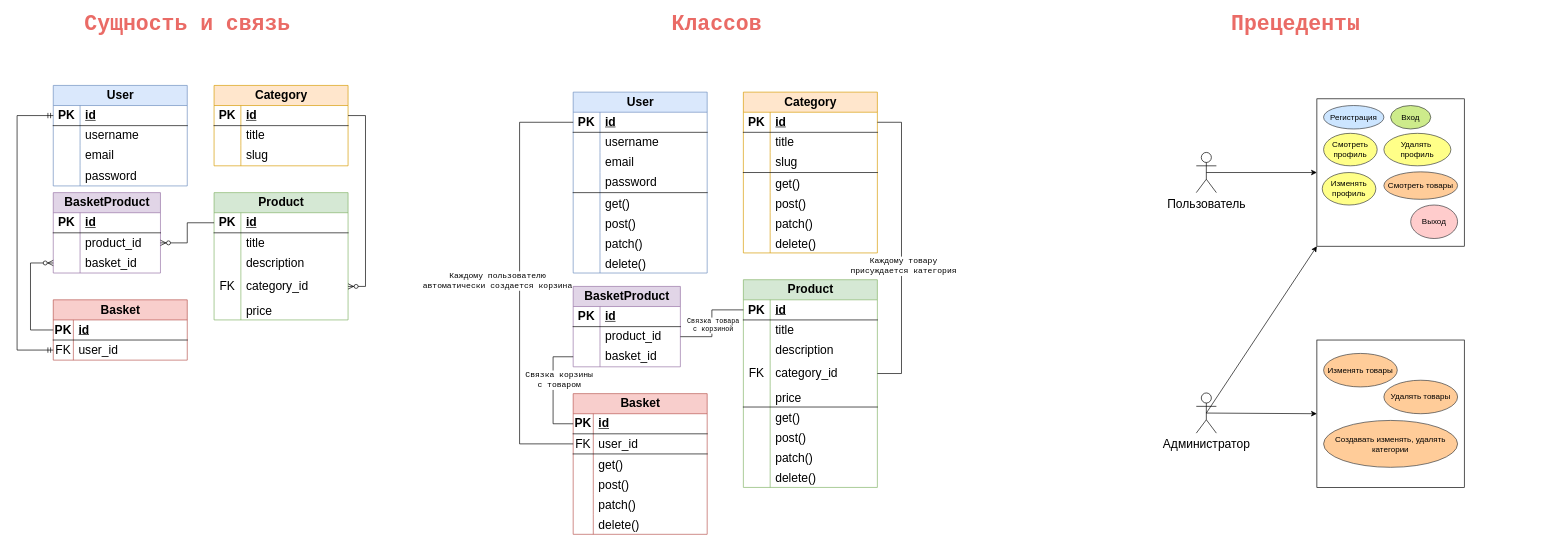
Earlier version of the draw.io diagram ER.drawio (on3ginnn/djangoReactDemo). Source tidied: cells renumbered, new cells numbered last; positions are measured from the earlier drawing's top-left corner, leaving out a move shared by most shapes. Both pictures are drawn from the tidied source at 67%, with x=0, y=0 at pixel (17, 11).
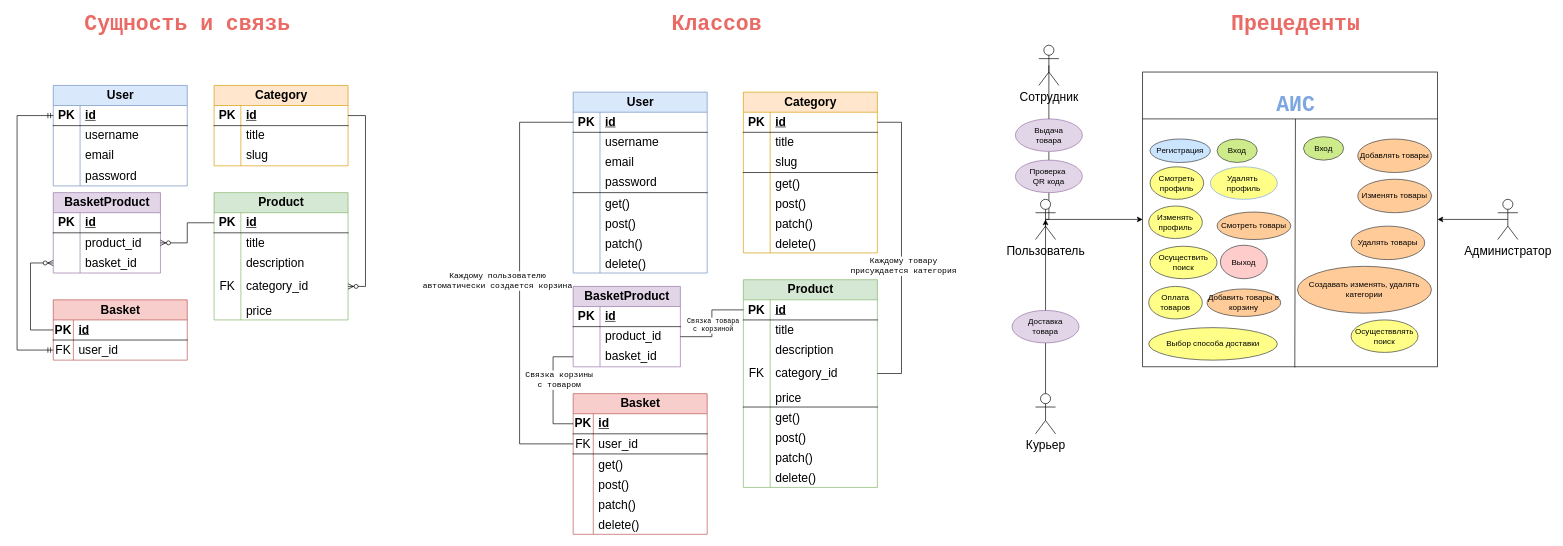
Above is the later version.

What changed in the source:
```diff
@@
+    <mxCell id="194" style="edgeStyle=orthogonalEdgeStyle;rounded=0;jettySize=auto;html=1;exitX=0.5;exitY=0.5;exitDx=0;exitDy=0;exitPerimeter=0;entryX=0.5;entryY=1;entryDx=0;entryDy=0;endArrow=none;endFill=0;" parent="1" edge="1" source="177" target="202">
+      <mxGeometry relative="1" as="geometry">
+        <Array as="points">
+          <mxPoint x="1540" y="310" />
+          <mxPoint x="1540" y="225" />
+        </Array>
+      </mxGeometry>
+    </mxCell>
     <mxCell id="177" value="Пользователь" style="shape=umlActor;verticalLabelPosition=bottom;verticalAlign=top;html=1;outlineConnect=0;fontSize=18;" parent="1" vertex="1">
-      <mxGeometry x="1760" y="210" width="30" height="60" as="geometry" />
+      <mxGeometry x="1520" y="280" width="30" height="60" as="geometry" />
     </mxCell>
@@
     <mxCell id="179" value="&lt;font&gt;Администратор&lt;br&gt;&lt;/font&gt;" style="shape=umlActor;verticalLabelPosition=bottom;verticalAlign=top;html=1;outlineConnect=0;fontSize=18;" parent="1" vertex="1">
-      <mxGeometry x="1760" y="569" width="30" height="60" as="geometry" />
+      <mxGeometry x="2210" y="280" width="30" height="60" as="geometry" />
     </mxCell>
-    <mxCell id="180" style="endArrow=classic;html=1;rounded=0;exitX=0.5;exitY=0.5;exitDx=0;exitDy=0;exitPerimeter=0;entryX=0;entryY=1;entryDx=0;entryDy=0;fontSize=18;" parent="1" edge="1" source="179" target="181">
-      <mxGeometry relative="1" as="geometry" />
-    </mxCell>
     <mxCell id="181" style="whiteSpace=wrap;html=1;absoluteArcSize=1;imageAspect=0;" parent="1" vertex="1">
-      <mxGeometry x="1940" y="130" width="220" height="220" as="geometry" />
+      <mxGeometry x="1680" y="90" width="440" height="440" as="geometry" />
     </mxCell>
     <mxCell id="182" value="Регистрация" style="ellipse;whiteSpace=wrap;html=1;fillColor=#cce5ff;strokeColor=#36393d;" parent="1" vertex="1">
-      <mxGeometry x="1950" y="140" width="90" height="35" as="geometry" />
+      <mxGeometry x="1691" y="190" width="90" height="35" as="geometry" />
     </mxCell>
     <mxCell id="183" value="Вход" style="ellipse;whiteSpace=wrap;html=1;fillColor=#cdeb8b;strokeColor=#36393d;" parent="1" vertex="1">
-      <mxGeometry x="2050" y="140" width="60" height="35" as="geometry" />
+      <mxGeometry x="1791" y="190" width="60" height="35" as="geometry" />
     </mxCell>
     <mxCell id="184" value="Смотреть профиль" style="ellipse;whiteSpace=wrap;html=1;fillColor=#ffff88;strokeColor=#36393d;" parent="1" vertex="1">
-      <mxGeometry x="1950" y="181.5" width="80" height="48.5" as="geometry" />
+      <mxGeometry x="1691" y="231.5" width="80" height="48.5" as="geometry" />
     </mxCell>
-    <mxCell id="185" value="&lt;div&gt;Удалять&amp;nbsp;&lt;/div&gt;&lt;div&gt;профиль&lt;/div&gt;" style="ellipse;whiteSpace=wrap;html=1;fillColor=#ffff88;strokeColor=#36393d;" parent="1" vertex="1">
-      <mxGeometry x="2040" y="181.5" width="100" height="48.5" as="geometry" />
+    <mxCell id="185" value="&lt;div&gt;Удалять&amp;nbsp;&lt;/div&gt;&lt;div&gt;профиль&lt;/div&gt;" style="ellipse;whiteSpace=wrap;html=1;fillColor=#ffff88;strokeColor=#7EA6E0;" parent="1" vertex="1">
+      <mxGeometry x="1781" y="231.5" width="100" height="48.5" as="geometry" />
     </mxCell>
     <mxCell id="186" value="Изменять профиль" style="ellipse;whiteSpace=wrap;html=1;fillColor=#ffff88;strokeColor=#36393d;" parent="1" vertex="1">
-      <mxGeometry x="1948" y="240" width="80" height="48.5" as="geometry" />
+      <mxGeometry x="1689" y="290" width="80" height="48.5" as="geometry" />
     </mxCell>
     <mxCell id="187" value="Выход" style="ellipse;whiteSpace=wrap;html=1;fillColor=#ffcccc;strokeColor=#36393d;" parent="1" vertex="1">
-      <mxGeometry x="2080" y="288.5" width="70" height="50" as="geometry" />
+      <mxGeometry x="1796" y="348.5" width="70" height="50" as="geometry" />
     </mxCell>
-    <mxCell id="188" value="Смотреть товары" style="ellipse;whiteSpace=wrap;html=1;fillColor=#ffcc99;strokeColor=#36393d;" parent="1" vertex="1">
-      <mxGeometry x="2040" y="239" width="110" height="41" as="geometry" />
+    <mxCell id="188" value="Добавить товары в корзину" style="ellipse;whiteSpace=wrap;html=1;fillColor=#ffcc99;strokeColor=#36393d;" parent="1" vertex="1">
+      <mxGeometry x="1776" y="413.8" width="110" height="41" as="geometry" />
     </mxCell>
-    <mxCell id="189" style="whiteSpace=wrap;html=1;absoluteArcSize=1;imageAspect=0;" parent="1" vertex="1">
-      <mxGeometry x="1940" y="490" width="220" height="220" as="geometry" />
-    </mxCell>
-    <mxCell id="190" value="Изменять товары" style="ellipse;whiteSpace=wrap;html=1;fillColor=#ffcc99;strokeColor=#36393d;" parent="1" vertex="1">
-      <mxGeometry x="1950" y="510" width="110" height="50" as="geometry" />
+    <mxCell id="190" value="Добавлять товары" style="ellipse;whiteSpace=wrap;html=1;fillColor=#ffcc99;strokeColor=#36393d;" parent="1" vertex="1">
+      <mxGeometry x="2001" y="190" width="110" height="50" as="geometry" />
     </mxCell>
-    <mxCell id="191" style="endArrow=classic;html=1;rounded=0;entryX=0;entryY=0.5;entryDx=0;entryDy=0;fontSize=18;exitX=0.5;exitY=0.5;exitDx=0;exitDy=0;exitPerimeter=0;" parent="1" edge="1" source="179" target="189">
+    <mxCell id="191" style="endArrow=classic;html=1;rounded=0;entryX=1;entryY=0.5;entryDx=0;entryDy=0;fontSize=18;exitX=0.5;exitY=0.5;exitDx=0;exitDy=0;exitPerimeter=0;" parent="1" edge="1" source="179" target="181">
       <mxGeometry relative="1" as="geometry" />
     </mxCell>
     <mxCell id="192" value="Удалять товары" style="ellipse;whiteSpace=wrap;html=1;fillColor=#ffcc99;strokeColor=#36393d;" parent="1" vertex="1">
-      <mxGeometry x="2040" y="550" width="110" height="50" as="geometry" />
+      <mxGeometry x="1991" y="320" width="110" height="50" as="geometry" />
     </mxCell>
     <mxCell id="193" value="Создавать изменять, удалять категории" style="ellipse;whiteSpace=wrap;html=1;fillColor=#ffcc99;strokeColor=#36393d;" parent="1" vertex="1">
-      <mxGeometry x="1950" y="610" width="200" height="70" as="geometry" />
+      <mxGeometry x="1911" y="380" width="200" height="70" as="geometry" />
     </mxCell>
+    <mxCell id="195" value="Изменять товары" style="ellipse;whiteSpace=wrap;html=1;fillColor=#ffcc99;strokeColor=#36393d;" parent="1" vertex="1">
+      <mxGeometry x="2001" y="250" width="110" height="50" as="geometry" />
+    </mxCell>
+    <mxCell id="196" value="Осуществить поиск" style="ellipse;whiteSpace=wrap;html=1;fillColor=#ffff88;strokeColor=#36393d;" parent="1" vertex="1">
+      <mxGeometry x="1691" y="350" width="100" height="48.5" as="geometry" />
+    </mxCell>
+    <mxCell id="197" value="Оплата товаров" style="ellipse;whiteSpace=wrap;html=1;fillColor=#ffff88;strokeColor=#36393d;" parent="1" vertex="1">
+      <mxGeometry x="1689" y="410" width="80" height="48.5" as="geometry" />
+    </mxCell>
+    <mxCell id="198" value="Выбор способа доставки" style="ellipse;whiteSpace=wrap;html=1;fillColor=#ffff88;strokeColor=#36393d;" parent="1" vertex="1">
+      <mxGeometry x="1689" y="471.5" width="192" height="48.5" as="geometry" />
+    </mxCell>
+    <mxCell id="199" value="АИС" style="text;strokeColor=none;fillColor=none;html=1;fontSize=32;fontStyle=1;verticalAlign=middle;align=center;fontFamily=Courier New;labelBackgroundColor=none;labelBorderColor=none;fontColor=#7EA6E0;" parent="1" vertex="1">
+      <mxGeometry x="1788" y="120" width="240" height="40" as="geometry" />
+    </mxCell>
+    <mxCell id="200" style="edgeStyle=orthogonalEdgeStyle;rounded=0;jettySize=auto;html=1;entryX=0.5;entryY=1;entryDx=0;entryDy=0;endArrow=none;endFill=0;" parent="1" edge="1" source="201" target="205">
+      <mxGeometry relative="1" as="geometry" />
+    </mxCell>
+    <mxCell id="201" value="Курьер&lt;font&gt;&lt;br&gt;&lt;/font&gt;" style="shape=umlActor;verticalLabelPosition=bottom;verticalAlign=top;html=1;outlineConnect=0;fontSize=18;" parent="1" vertex="1">
+      <mxGeometry x="1520" y="570" width="30" height="60" as="geometry" />
+    </mxCell>
+    <mxCell id="202" value="Выдача &lt;br&gt;&lt;div&gt;товара&lt;/div&gt;" style="ellipse;whiteSpace=wrap;html=1;fillColor=#e1d5e7;strokeColor=#9673a6;" parent="1" vertex="1">
+      <mxGeometry x="1490" y="160" width="100" height="48.5" as="geometry" />
+    </mxCell>
+    <mxCell id="203" style="edgeStyle=orthogonalEdgeStyle;rounded=0;jettySize=auto;html=1;exitX=0.5;exitY=0.5;exitDx=0;exitDy=0;exitPerimeter=0;entryX=0.5;entryY=0;entryDx=0;entryDy=0;endArrow=none;endFill=0;" parent="1" edge="1" source="204" target="202">
+      <mxGeometry relative="1" as="geometry" />
+    </mxCell>
+    <mxCell id="204" value="Сотрудник&lt;font&gt;&lt;br&gt;&lt;/font&gt;" style="shape=umlActor;verticalLabelPosition=bottom;verticalAlign=top;html=1;outlineConnect=0;fontSize=18;" parent="1" vertex="1">
+      <mxGeometry x="1525" y="50" width="30" height="60" as="geometry" />
+    </mxCell>
+    <mxCell id="205" value="&lt;div&gt;Доставка&lt;/div&gt;&lt;div&gt;товара&lt;/div&gt;" style="ellipse;whiteSpace=wrap;html=1;fillColor=#e1d5e7;strokeColor=#9673a6;" parent="1" vertex="1">
+      <mxGeometry x="1485" y="445.8" width="100" height="48.5" as="geometry" />
+    </mxCell>
+    <mxCell id="206" style="edgeStyle=orthogonalEdgeStyle;rounded=0;jettySize=auto;html=1;exitX=0.5;exitY=0;exitDx=0;exitDy=0;entryX=0.5;entryY=0.5;entryDx=0;entryDy=0;entryPerimeter=0;" parent="1" edge="1" source="205" target="177">
+      <mxGeometry relative="1" as="geometry" />
+    </mxCell>
+    <mxCell id="207" value="Смотреть товары" style="ellipse;whiteSpace=wrap;html=1;fillColor=#ffcc99;strokeColor=#36393d;" parent="1" vertex="1">
+      <mxGeometry x="1791" y="299" width="110" height="41" as="geometry" />
+    </mxCell>
+    <mxCell id="208" value="&lt;div&gt;Проверка&amp;nbsp;&lt;/div&gt;&lt;div&gt;QR кода&lt;/div&gt;" style="ellipse;whiteSpace=wrap;html=1;fillColor=#e1d5e7;strokeColor=#9673a6;" parent="1" vertex="1">
+      <mxGeometry x="1490" y="221.5" width="100" height="48.5" as="geometry" />
+    </mxCell>
+    <mxCell id="209" style="endArrow=none;html=1;rounded=0;exitX=0.516;exitY=1.002;exitDx=0;exitDy=0;exitPerimeter=0;entryX=0.5;entryY=1;entryDx=0;entryDy=0;" parent="1" edge="1" source="181" target="199">
+      <mxGeometry relative="1" as="geometry" />
+    </mxCell>
+    <mxCell id="210" style="endArrow=none;html=1;rounded=0;exitX=0.5;exitY=1;exitDx=0;exitDy=0;entryX=1;entryY=0.159;entryDx=0;entryDy=0;entryPerimeter=0;" parent="1" edge="1" source="199" target="181">
+      <mxGeometry relative="1" as="geometry" />
+    </mxCell>
+    <mxCell id="211" style="endArrow=none;html=1;rounded=0;entryX=0.5;entryY=1;entryDx=0;entryDy=0;exitX=0;exitY=0.159;exitDx=0;exitDy=0;exitPerimeter=0;" parent="1" edge="1" source="181" target="199">
+      <mxGeometry relative="1" as="geometry" />
+    </mxCell>
+    <mxCell id="212" value="Осуществвлять поиск" style="ellipse;whiteSpace=wrap;html=1;fillColor=#ffff88;strokeColor=#36393d;" parent="1" vertex="1">
+      <mxGeometry x="1991" y="460" width="100" height="48.5" as="geometry" />
+    </mxCell>
+    <mxCell id="213" value="Вход" style="ellipse;whiteSpace=wrap;html=1;fillColor=#cdeb8b;strokeColor=#36393d;" parent="1" vertex="1">
+      <mxGeometry x="1920" y="186.5" width="60" height="35" as="geometry" />
+    </mxCell>
```
